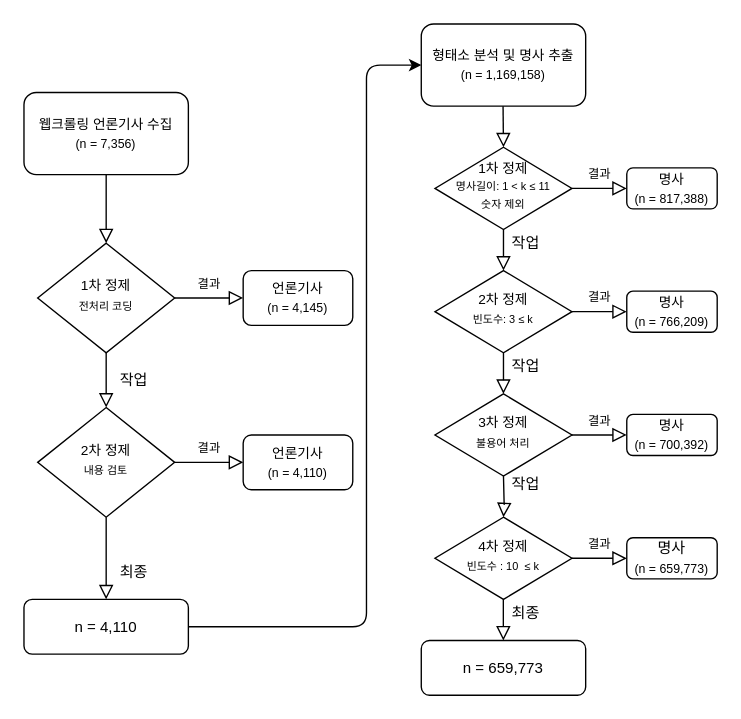
Before: Copy of Untitled Diagram.drawio in kjsang/analysis.coupang, a draw.io diagram. Source tidied: cells renumbered, new cells numbered last; positions are measured from the earlier drawing's top-left corner, leaving out a move shared by most shapes. Both pictures are drawn from the tidied source at 137%, with x=0, y=0 at pixel (23, 23).
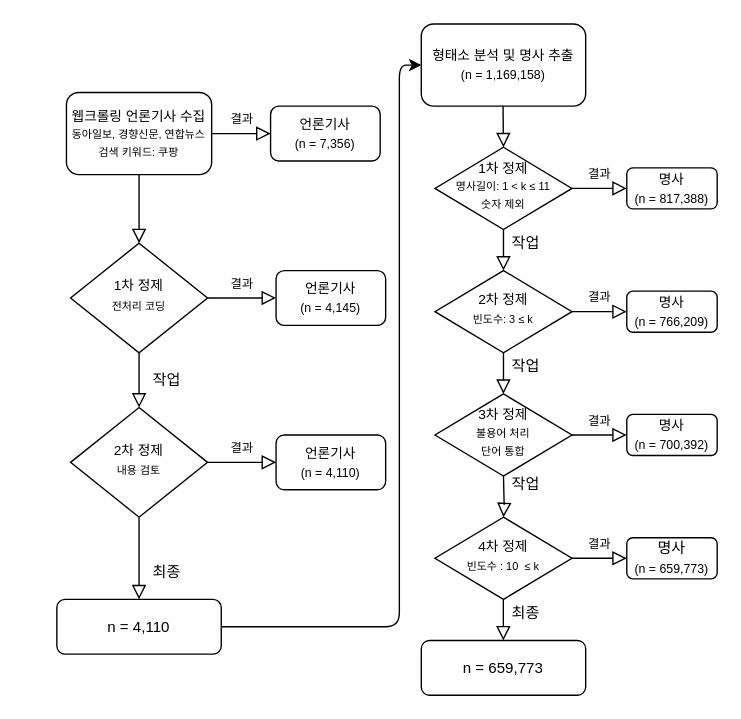
The same page after the edit.

The change refers to these unchanged cells:
```xml
<mxCell id="14" value="&lt;font style=&quot;font-size: 10px&quot;&gt;형태소 분석 및 명사 추출&lt;br&gt;&lt;/font&gt;&lt;font style=&quot;font-size: 9px&quot;&gt;(n = 1,169,158)&lt;/font&gt;" style="rounded=1;whiteSpace=wrap;html=1;fontSize=11;" parent="1" vertex="1">
  <mxGeometry x="290" width="120" height="60" as="geometry" />
</mxCell>
```

What changed in the source:
```diff
@@
-    <mxCell id="3" value="&lt;font style=&quot;font-size: 10px&quot;&gt;웹크롤링 언론기사 수집&lt;br&gt;&lt;/font&gt;&lt;font style=&quot;font-size: 9px&quot;&gt;(n = 7,356)&lt;/font&gt;" style="rounded=1;whiteSpace=wrap;html=1;fontSize=11;glass=0;strokeWidth=1;shadow=0;" parent="1" vertex="1">
-      <mxGeometry y="50" width="120" height="60" as="geometry" />
+    <mxCell id="3" value="&lt;font style=&quot;font-size: 10px&quot;&gt;웹크롤링 언론기사 수집&lt;br&gt;&lt;/font&gt;&lt;font style=&quot;font-size: 8px&quot;&gt;동아일보, 경향신문, 연합뉴스&lt;br&gt;검색 키워드: 쿠팡&lt;br&gt;&lt;/font&gt;" style="rounded=1;whiteSpace=wrap;html=1;fontSize=11;glass=0;strokeWidth=1;shadow=0;" parent="1" vertex="1">
+      <mxGeometry x="31" y="50" width="106" height="60" as="geometry" />
     </mxCell>
@@
     <mxCell id="6" value="&lt;font style=&quot;font-size: 10px&quot;&gt;1차 정제&lt;br&gt;&lt;/font&gt;&lt;font style=&quot;font-size: 8px&quot;&gt;전처리 코딩&lt;/font&gt;" style="rhombus;whiteSpace=wrap;html=1;shadow=0;fontFamily=Helvetica;fontSize=11;align=center;strokeWidth=1;spacing=6;spacingTop=-4;" parent="1" vertex="1">
-      <mxGeometry x="10" y="160" width="100" height="80" as="geometry" />
+      <mxGeometry x="34" y="160" width="100" height="80" as="geometry" />
     </mxCell>
     <mxCell id="7" value="&lt;font style=&quot;font-size: 10px&quot;&gt;언론기사&lt;br&gt;&lt;/font&gt;&lt;font style=&quot;font-size: 9px&quot;&gt;(n = 4,145)&lt;/font&gt;" style="rounded=1;whiteSpace=wrap;html=1;fontSize=11;glass=0;strokeWidth=1;shadow=0;" parent="1" vertex="1">
-      <mxGeometry x="160" y="180" width="80" height="40" as="geometry" />
+      <mxGeometry x="184" y="180" width="80" height="40" as="geometry" />
     </mxCell>
@@
     <mxCell id="10" value="&lt;font style=&quot;font-size: 10px&quot;&gt;2차 정제&lt;br&gt;&lt;/font&gt;&lt;font style=&quot;font-size: 8px&quot;&gt;내용 검토&lt;/font&gt;" style="rhombus;whiteSpace=wrap;html=1;shadow=0;fontFamily=Helvetica;fontSize=11;align=center;strokeWidth=1;spacing=6;spacingTop=-4;" parent="1" vertex="1">
-      <mxGeometry x="10" y="280" width="100" height="80" as="geometry" />
+      <mxGeometry x="34" y="280" width="100" height="80" as="geometry" />
     </mxCell>
     <mxCell id="11" value="n = 4,110" style="rounded=1;whiteSpace=wrap;html=1;fontSize=11;glass=0;strokeWidth=1;shadow=0;" parent="1" vertex="1">
-      <mxGeometry y="420" width="120" height="40" as="geometry" />
+      <mxGeometry x="24" y="420" width="120" height="40" as="geometry" />
     </mxCell>
     <mxCell id="12" value="&lt;font style=&quot;font-size: 10px&quot;&gt;언론기사&lt;/font&gt;&lt;br style=&quot;font-size: 11px&quot;&gt;&lt;font style=&quot;font-size: 9px&quot;&gt;(n = 4,110)&lt;/font&gt;" style="rounded=1;whiteSpace=wrap;html=1;fontSize=11;glass=0;strokeWidth=1;shadow=0;" parent="1" vertex="1">
-      <mxGeometry x="160" y="300" width="80" height="40" as="geometry" />
+      <mxGeometry x="184" y="300" width="80" height="40" as="geometry" />
     </mxCell>
     <mxCell id="13" style="endArrow=classic;html=1;exitX=1;exitY=0.5;exitDx=0;exitDy=0;entryX=0;entryY=0.5;entryDx=0;entryDy=0;" parent="1" edge="1" source="11" target="14">
       <mxGeometry relative="1" as="geometry">
         <Array as="points">
-          <mxPoint x="250" y="440" />
-          <mxPoint x="250" y="30" />
+          <mxPoint x="274" y="440" />
+          <mxPoint x="274" y="30" />
         </Array>
       </mxGeometry>
     </mxCell>
@@
-    <mxCell id="25" value="&lt;font style=&quot;font-size: 10px&quot;&gt;3차 정제&lt;br&gt;&lt;/font&gt;&lt;font style=&quot;font-size: 8px&quot;&gt;불용어 처리&lt;br&gt;&lt;/font&gt;" style="rhombus;whiteSpace=wrap;html=1;shadow=0;fontFamily=Helvetica;fontSize=11;align=center;strokeWidth=1;spacing=6;spacingTop=-4;" parent="1" vertex="1">
+    <mxCell id="25" value="&lt;font style=&quot;font-size: 10px&quot;&gt;3차 정제&lt;br&gt;&lt;/font&gt;&lt;font style=&quot;font-size: 8px&quot;&gt;불용어 처리&lt;br&gt;단어 통합&lt;br&gt;&lt;/font&gt;" style="rhombus;whiteSpace=wrap;html=1;shadow=0;fontFamily=Helvetica;fontSize=11;align=center;strokeWidth=1;spacing=6;spacingTop=-4;" parent="1" vertex="1">
       <mxGeometry x="300" y="270" width="100" height="60" as="geometry" />
     </mxCell>
@@
+    <mxCell id="33" value="결과" style="edgeStyle=orthogonalEdgeStyle;rounded=0;html=1;jettySize=auto;fontSize=9;endArrow=block;endFill=0;endSize=8;strokeWidth=1;shadow=0;labelBackgroundColor=none;exitX=1;exitY=0.5;exitDx=0;exitDy=0;" parent="1" edge="1" source="3" target="34">
+      <mxGeometry y="10" relative="1" as="geometry" />
+    </mxCell>
+    <mxCell id="34" value="&lt;font style=&quot;font-size: 10px&quot;&gt;언론기사&lt;br&gt;&lt;/font&gt;&lt;span style=&quot;font-size: 9px&quot;&gt;(n = 7,356)&lt;/span&gt;" style="rounded=1;whiteSpace=wrap;html=1;fontSize=11;glass=0;strokeWidth=1;shadow=0;" parent="1" vertex="1">
+      <mxGeometry x="180" y="60" width="80" height="40" as="geometry" />
+    </mxCell>
```
